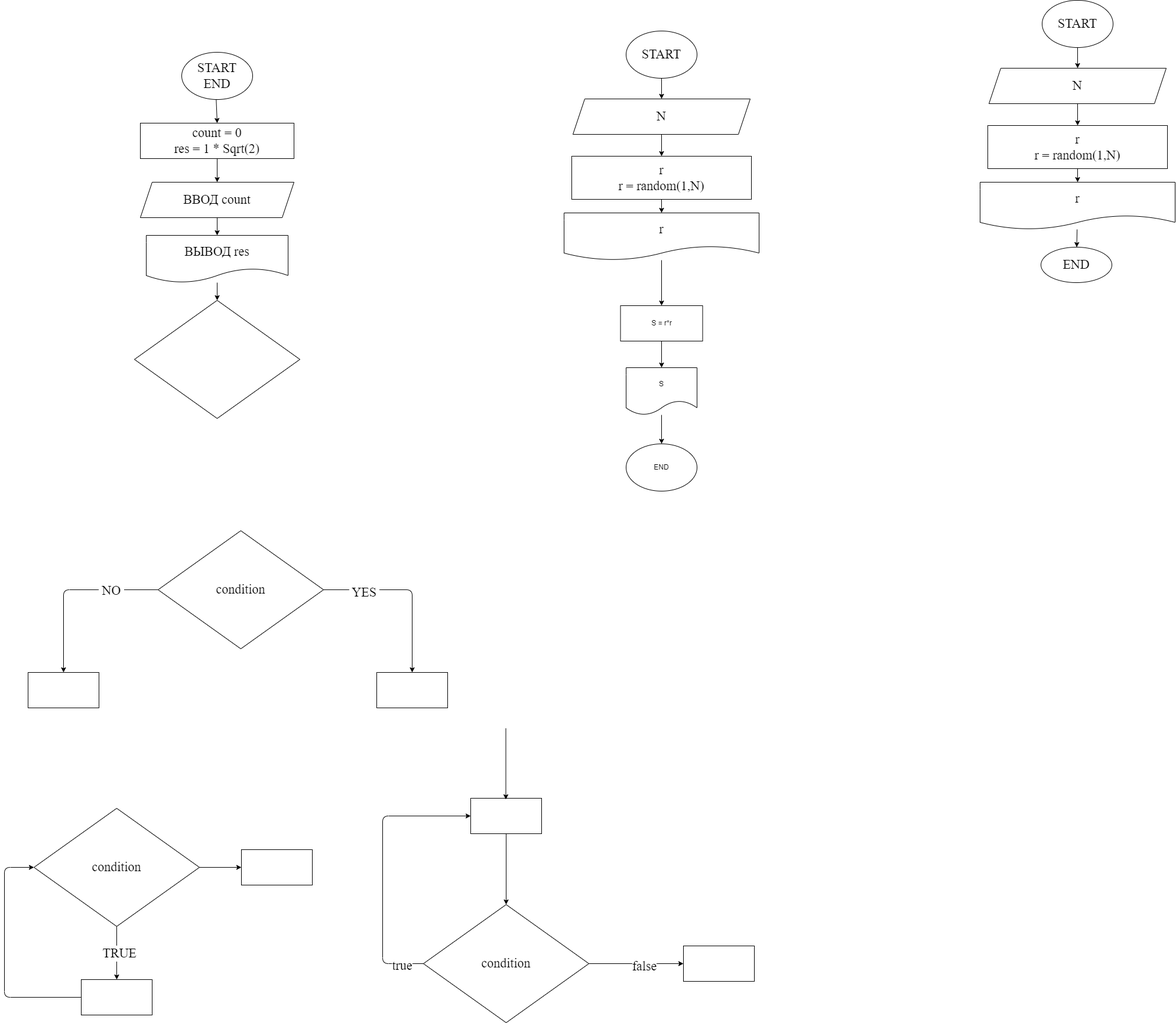
The draw.io diagram ex000.drawio.png in iksergey/practice_temp, before a commit. Source tidied: cells renumbered, new cells last; positions are measured from the earlier drawing's top-left corner, leaving out a move shared by most shapes.
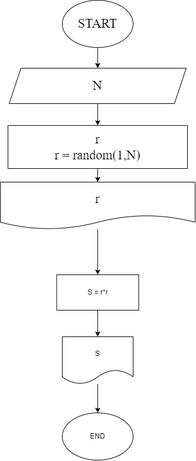
After the commit.

Commit message:
Добавил блок схему по нахождению квадрата введенного числа

Diff of the diagram source:
```diff
@@ -2,150 +2,6 @@
   <root>
     <mxCell id="0" />
     <mxCell id="1" parent="0" />
-    <mxCell id="2" style="edgeStyle=none;html=1;fontFamily=Fira Code;fontSize=22;" parent="1" edge="1" source="3" target="5">
-      <mxGeometry relative="1" as="geometry" />
-    </mxCell>
-    <mxCell id="3" value="START&lt;br&gt;END" style="ellipse;whiteSpace=wrap;html=1;fontFamily=Fira Code;fontSize=22;" parent="1" vertex="1">
-      <mxGeometry x="300" y="88" width="120" height="80" as="geometry" />
-    </mxCell>
-    <mxCell id="4" style="edgeStyle=none;html=1;fontFamily=Fira Code;fontSize=22;" parent="1" edge="1" source="5" target="7">
-      <mxGeometry relative="1" as="geometry" />
-    </mxCell>
-    <mxCell id="5" value="count = 0&lt;br&gt;res = 1 * Sqrt(2)" style="whiteSpace=wrap;html=1;fontSize=22;fontFamily=Fira Code;" parent="1" vertex="1">
-      <mxGeometry x="230" y="208" width="260" height="60" as="geometry" />
-    </mxCell>
-    <mxCell id="6" style="edgeStyle=none;html=1;fontFamily=Fira Code;fontSize=22;" parent="1" edge="1" source="7" target="9">
-      <mxGeometry relative="1" as="geometry" />
-    </mxCell>
-    <mxCell id="7" value="ВВОД count" style="shape=parallelogram;perimeter=parallelogramPerimeter;whiteSpace=wrap;html=1;fixedSize=1;fontSize=22;fontFamily=Fira Code;" parent="1" vertex="1">
-      <mxGeometry x="230" y="308" width="260" height="60" as="geometry" />
-    </mxCell>
-    <mxCell id="8" style="edgeStyle=none;html=1;fontFamily=Fira Code;fontSize=22;" parent="1" edge="1" source="9" target="10">
-      <mxGeometry relative="1" as="geometry" />
-    </mxCell>
-    <mxCell id="9" value="ВЫВОД res" style="shape=document;whiteSpace=wrap;html=1;boundedLbl=1;fontSize=22;fontFamily=Fira Code;" parent="1" vertex="1">
-      <mxGeometry x="240" y="398" width="240" height="80" as="geometry" />
-    </mxCell>
-    <mxCell id="10" style="rhombus;whiteSpace=wrap;html=1;fontSize=22;fontFamily=Fira Code;" parent="1" vertex="1">
-      <mxGeometry x="220" y="508" width="280" height="200" as="geometry" />
-    </mxCell>
-    <mxCell id="11" style="edgeStyle=none;html=1;fontFamily=Fira Code;fontSize=22;" parent="1" edge="1" source="15" target="16">
-      <mxGeometry relative="1" as="geometry">
-        <Array as="points">
-          <mxPoint x="690" y="998" />
-        </Array>
-      </mxGeometry>
-    </mxCell>
-    <mxCell id="12" value="&amp;nbsp;YES&amp;nbsp;" style="edgeLabel;html=1;align=center;verticalAlign=middle;fontSize=22;fontFamily=Fira Code;" parent="11" vertex="1">
-      <mxGeometry x="-0.53" y="-4" relative="1" as="geometry" />
-    </mxCell>
-    <mxCell id="13" style="edgeStyle=none;html=1;fontFamily=Fira Code;fontSize=22;" parent="1" edge="1" source="15" target="17">
-      <mxGeometry relative="1" as="geometry">
-        <Array as="points">
-          <mxPoint x="100" y="998" />
-        </Array>
-      </mxGeometry>
-    </mxCell>
-    <mxCell id="14" value="&amp;nbsp;NO&amp;nbsp;" style="edgeLabel;html=1;align=center;verticalAlign=middle;fontSize=22;fontFamily=Fira Code;" parent="13" vertex="1">
-      <mxGeometry x="-0.47" y="1" relative="1" as="geometry" />
-    </mxCell>
-    <mxCell id="15" value="condition" style="rhombus;whiteSpace=wrap;html=1;fontSize=22;fontFamily=Fira Code;" parent="1" vertex="1">
-      <mxGeometry x="260" y="898" width="280" height="200" as="geometry" />
-    </mxCell>
-    <mxCell id="16" style="whiteSpace=wrap;html=1;fontSize=22;fontFamily=Fira Code;" parent="1" vertex="1">
-      <mxGeometry x="630" y="1138" width="120" height="60" as="geometry" />
-    </mxCell>
-    <mxCell id="17" style="whiteSpace=wrap;html=1;fontSize=22;fontFamily=Fira Code;" parent="1" vertex="1">
-      <mxGeometry x="40" y="1138" width="120" height="60" as="geometry" />
-    </mxCell>
-    <mxCell id="18" style="edgeStyle=none;html=1;fontFamily=Fira Code;fontSize=22;" parent="1" edge="1" source="21" target="23">
-      <mxGeometry relative="1" as="geometry" />
-    </mxCell>
-    <mxCell id="19" value="&amp;nbsp;TRUE&amp;nbsp;" style="edgeLabel;html=1;align=center;verticalAlign=middle;fontSize=22;fontFamily=Fira Code;" parent="18" vertex="1">
-      <mxGeometry y="4" relative="1" as="geometry" />
-    </mxCell>
-    <mxCell id="20" style="edgeStyle=none;html=1;fontFamily=Fira Code;fontSize=22;" parent="1" edge="1" source="21" target="32">
-      <mxGeometry relative="1" as="geometry" />
-    </mxCell>
-    <mxCell id="21" value="condition" style="rhombus;whiteSpace=wrap;html=1;fontSize=22;fontFamily=Fira Code;" parent="1" vertex="1">
-      <mxGeometry x="50" y="1368" width="280" height="200" as="geometry" />
-    </mxCell>
-    <mxCell id="22" style="edgeStyle=none;html=1;entryX=0;entryY=0.5;entryDx=0;entryDy=0;fontFamily=Fira Code;fontSize=22;" parent="1" edge="1" source="23" target="21">
-      <mxGeometry relative="1" as="geometry">
-        <Array as="points">
-          <mxPoint y="1688" />
-          <mxPoint y="1468" />
-        </Array>
-      </mxGeometry>
-    </mxCell>
-    <mxCell id="23" style="whiteSpace=wrap;html=1;fontSize=22;fontFamily=Fira Code;" parent="1" vertex="1">
-      <mxGeometry x="130" y="1658" width="120" height="60" as="geometry" />
-    </mxCell>
-    <mxCell id="24" style="edgeStyle=none;html=1;entryX=0;entryY=0.5;entryDx=0;entryDy=0;fontFamily=Fira Code;fontSize=22;" parent="1" edge="1" source="28" target="30">
-      <mxGeometry relative="1" as="geometry">
-        <Array as="points">
-          <mxPoint x="640" y="1631" />
-          <mxPoint x="640" y="1381" />
-        </Array>
-      </mxGeometry>
-    </mxCell>
-    <mxCell id="25" value="true" style="edgeLabel;html=1;align=center;verticalAlign=middle;fontSize=22;fontFamily=Fira Code;" parent="24" vertex="1">
-      <mxGeometry x="-0.85" y="3" relative="1" as="geometry" />
-    </mxCell>
-    <mxCell id="26" style="edgeStyle=none;html=1;fontFamily=Fira Code;fontSize=22;" parent="1" edge="1" source="28" target="33">
-      <mxGeometry relative="1" as="geometry" />
-    </mxCell>
-    <mxCell id="27" value="false" style="edgeLabel;html=1;align=center;verticalAlign=middle;fontSize=22;fontFamily=Fira Code;" parent="26" vertex="1">
-      <mxGeometry x="0.17" y="-4" relative="1" as="geometry" />
-    </mxCell>
-    <mxCell id="28" value="condition" style="rhombus;whiteSpace=wrap;html=1;fontSize=22;fontFamily=Fira Code;" parent="1" vertex="1">
-      <mxGeometry x="709" y="1531" width="280" height="200" as="geometry" />
-    </mxCell>
-    <mxCell id="29" style="edgeStyle=none;html=1;entryX=0.5;entryY=0;entryDx=0;entryDy=0;fontFamily=Fira Code;fontSize=22;" parent="1" edge="1" source="30" target="28">
-      <mxGeometry relative="1" as="geometry" />
-    </mxCell>
-    <mxCell id="30" style="whiteSpace=wrap;html=1;fontSize=22;fontFamily=Fira Code;" parent="1" vertex="1">
-      <mxGeometry x="789" y="1351" width="120" height="60" as="geometry" />
-    </mxCell>
-    <mxCell id="31" style="edgeStyle=none;html=1;entryX=0.5;entryY=0;entryDx=0;entryDy=0;fontFamily=Fira Code;fontSize=22;" parent="1" edge="1">
-      <mxGeometry relative="1" as="geometry">
-        <mxPoint x="848.5" y="1233" as="sourcePoint" />
-        <mxPoint x="848.5" y="1353" as="targetPoint" />
-      </mxGeometry>
-    </mxCell>
-    <mxCell id="32" style="whiteSpace=wrap;html=1;fontSize=22;fontFamily=Fira Code;" parent="1" vertex="1">
-      <mxGeometry x="401" y="1438" width="120" height="60" as="geometry" />
-    </mxCell>
-    <mxCell id="33" style="whiteSpace=wrap;html=1;fontSize=22;fontFamily=Fira Code;" parent="1" vertex="1">
-      <mxGeometry x="1149" y="1601" width="120" height="60" as="geometry" />
-    </mxCell>
-    <mxCell id="34" style="edgeStyle=none;html=1;fontFamily=Fira Code;fontSize=22;" parent="1" edge="1" source="35" target="37">
-      <mxGeometry relative="1" as="geometry" />
-    </mxCell>
-    <mxCell id="35" value="START" style="ellipse;whiteSpace=wrap;html=1;fontFamily=Fira Code;fontSize=22;" parent="1" vertex="1">
-      <mxGeometry x="1756" width="120" height="80" as="geometry" />
-    </mxCell>
-    <mxCell id="36" style="edgeStyle=none;html=1;fontFamily=Fira Code;fontSize=22;" parent="1" edge="1" source="37" target="39">
-      <mxGeometry relative="1" as="geometry" />
-    </mxCell>
-    <mxCell id="37" value="N" style="shape=parallelogram;perimeter=parallelogramPerimeter;whiteSpace=wrap;html=1;fixedSize=1;fontSize=22;fontFamily=Fira Code;" parent="1" vertex="1">
-      <mxGeometry x="1666" y="115" width="300" height="60" as="geometry" />
-    </mxCell>
-    <mxCell id="38" style="edgeStyle=none;html=1;fontFamily=Fira Code;fontSize=22;" parent="1" edge="1" source="39" target="41">
-      <mxGeometry relative="1" as="geometry" />
-    </mxCell>
-    <mxCell id="39" value="r&lt;br&gt;r = random(1,N)" style="whiteSpace=wrap;html=1;fontSize=22;fontFamily=Fira Code;" parent="1" vertex="1">
-      <mxGeometry x="1664" y="212" width="304" height="73" as="geometry" />
-    </mxCell>
-    <mxCell id="40" style="edgeStyle=none;html=1;fontFamily=Fira Code;fontSize=22;" parent="1" edge="1" source="41" target="42">
-      <mxGeometry relative="1" as="geometry" />
-    </mxCell>
-    <mxCell id="41" value="r" style="shape=document;whiteSpace=wrap;html=1;boundedLbl=1;fontSize=22;fontFamily=Fira Code;" parent="1" vertex="1">
-      <mxGeometry x="1651" y="308" width="330" height="80" as="geometry" />
-    </mxCell>
-    <mxCell id="42" value="END" style="ellipse;whiteSpace=wrap;html=1;fontSize=22;fontFamily=Fira Code;" parent="1" vertex="1">
-      <mxGeometry x="1754" y="418" width="120" height="60" as="geometry" />
-    </mxCell>
     <mxCell id="43" style="edgeStyle=none;html=1;fontFamily=Fira Code;fontSize=22;" parent="1" edge="1" source="44" target="46">
       <mxGeometry relative="1" as="geometry" />
     </mxCell>
```
